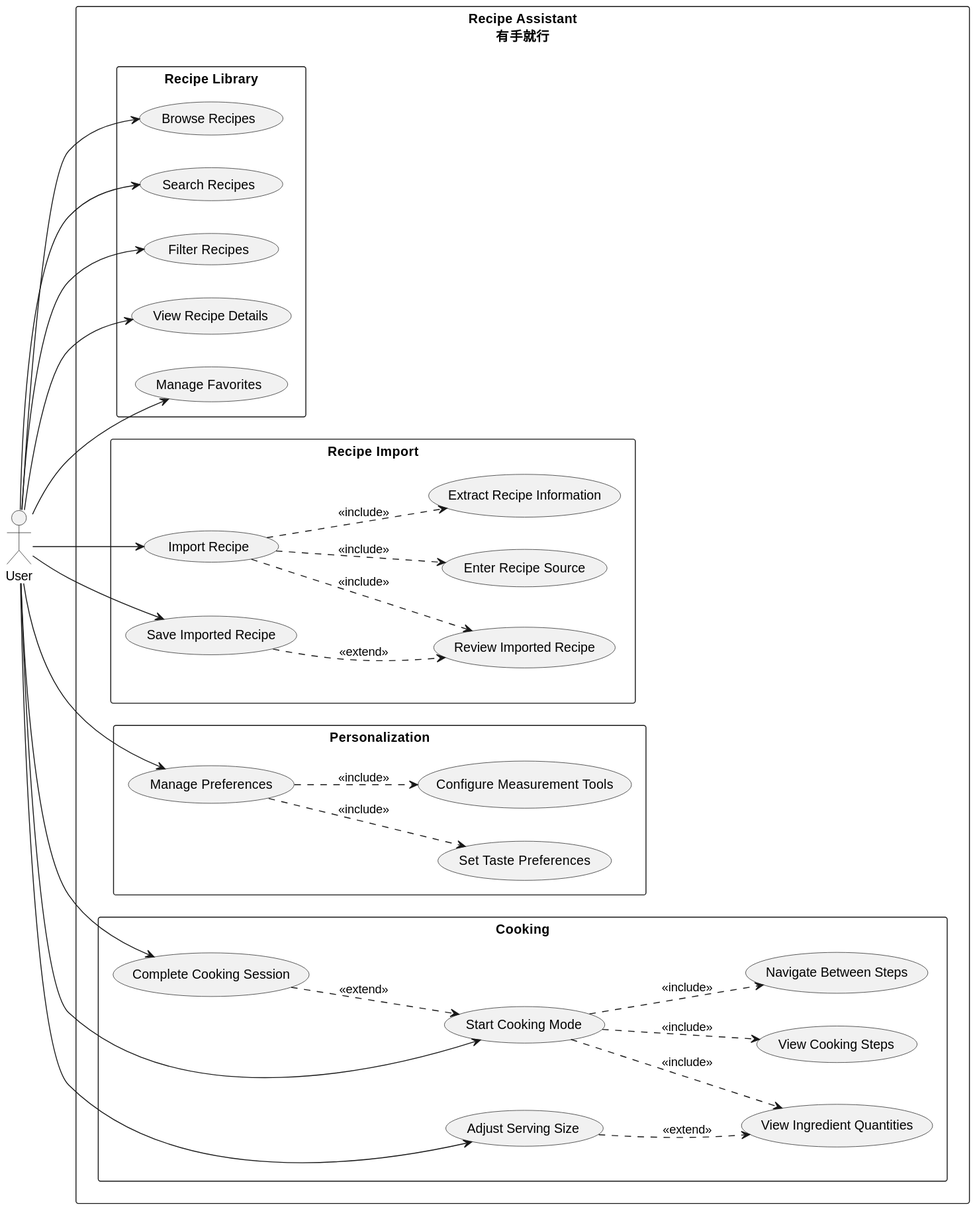
Earlier version of the PlantUML export docs/Requirements/use-case.svg (Mikarnival/Recipe-Assistant). Source of this version:
```plantuml
@startuml
left to right direction
skinparam packageStyle rectangle
skinparam shadowing false

actor User

rectangle "Recipe Assistant\n有手就行" {

    package "Recipe Library" {
        usecase "Browse Recipes" as UC_Browse
        usecase "Search Recipes" as UC_Search
        usecase "Filter Recipes" as UC_Filter
        usecase "View Recipe Details" as UC_View
        usecase "Manage Favorites" as UC_Favorite
    }

    package "Recipe Import" {
        usecase "Import Recipe" as UC_Import
        usecase "Enter Recipe Source" as UC_Source
        usecase "Extract Recipe Information" as UC_Extract
        usecase "Review Imported Recipe" as UC_Review
        usecase "Save Imported Recipe" as UC_Save
    }

    package "Cooking" {
        usecase "Start Cooking Mode" as UC_Cooking
        usecase "View Cooking Steps" as UC_Steps
        usecase "Navigate Between Steps" as UC_Navigate
        usecase "View Ingredient Quantities" as UC_Quantity
        usecase "Adjust Serving Size" as UC_Serving
        usecase "Complete Cooking Session" as UC_Complete
    }

    package "Personalization" {
        usecase "Manage Preferences" as UC_Preferences
        usecase "Set Taste Preferences" as UC_Taste
        usecase "Configure Measurement Tools" as UC_Tools
    }
}

User --> UC_Browse
User --> UC_Search
User --> UC_Filter
User --> UC_View
User --> UC_Favorite
User --> UC_Complete

User --> UC_Import
User --> UC_Save

UC_Import ..> UC_Source : <<include>>
UC_Import ..> UC_Extract : <<include>>
UC_Import ..> UC_Review : <<include>>

UC_Save ..> UC_Review : <<extend>>

User --> UC_Cooking
User --> UC_Serving

UC_Cooking ..> UC_Steps : <<include>>
UC_Cooking ..> UC_Navigate : <<include>>
UC_Cooking ..> UC_Quantity : <<include>>

UC_Serving ..> UC_Quantity : <<extend>>
UC_Complete ..> UC_Cooking : <<extend>>

User --> UC_Preferences

UC_Preferences ..> UC_Taste : <<include>>
UC_Preferences ..> UC_Tools : <<include>>
@enduml
```
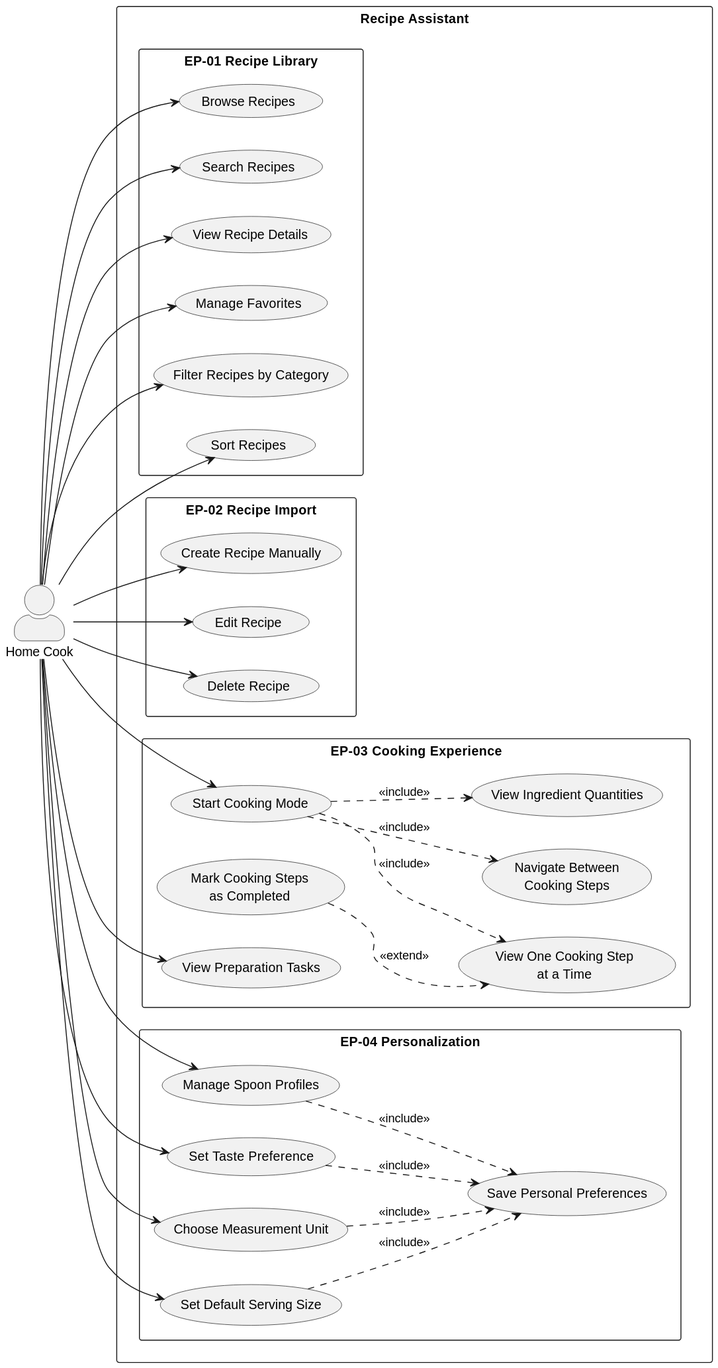
Above is the later version.

Commit message:
docs: complete use case requirements analysis

Diff of the diagram source:
```diff
@@ -2,71 +2,72 @@
 left to right direction
 skinparam packageStyle rectangle
 skinparam shadowing false
+skinparam actorStyle awesome
 
-actor User
+actor "Home Cook" as User
 
-rectangle "Recipe Assistant\n有手就行" {
+rectangle "Recipe Assistant" {
 
-    package "Recipe Library" {
-        usecase "Browse Recipes" as UC_Browse
-        usecase "Search Recipes" as UC_Search
-        usecase "Filter Recipes" as UC_Filter
-        usecase "View Recipe Details" as UC_View
-        usecase "Manage Favorites" as UC_Favorite
+    package "EP-01 Recipe Library" {
+        usecase "Browse Recipes" as UC_LIB_01
+        usecase "Search Recipes" as UC_LIB_02
+        usecase "View Recipe Details" as UC_LIB_03
+        usecase "Manage Favorites" as UC_LIB_04
+        usecase "Filter Recipes by Category" as UC_LIB_05
+        usecase "Sort Recipes" as UC_LIB_06
     }
 
-    package "Recipe Import" {
-        usecase "Import Recipe" as UC_Import
-        usecase "Enter Recipe Source" as UC_Source
-        usecase "Extract Recipe Information" as UC_Extract
-        usecase "Review Imported Recipe" as UC_Review
-        usecase "Save Imported Recipe" as UC_Save
+    package "EP-02 Recipe Import" {
+        usecase "Create Recipe Manually" as UC_IMP_01
+        usecase "Edit Recipe" as UC_IMP_02
+        usecase "Delete Recipe" as UC_IMP_03
     }
 
-    package "Cooking" {
-        usecase "Start Cooking Mode" as UC_Cooking
-        usecase "View Cooking Steps" as UC_Steps
-        usecase "Navigate Between Steps" as UC_Navigate
-        usecase "View Ingredient Quantities" as UC_Quantity
-        usecase "Adjust Serving Size" as UC_Serving
-        usecase "Complete Cooking Session" as UC_Complete
+    package "EP-03 Cooking Experience" {
+        usecase "Start Cooking Mode" as UC_COOK_01
+        usecase "View One Cooking Step\nat a Time" as UC_COOK_02
+        usecase "Navigate Between\nCooking Steps" as UC_COOK_03
+        usecase "View Ingredient Quantities" as UC_COOK_04
+        usecase "Mark Cooking Steps\nas Completed" as UC_COOK_05
+        usecase "View Preparation Tasks" as UC_COOK_06
     }
 
-    package "Personalization" {
-        usecase "Manage Preferences" as UC_Preferences
-        usecase "Set Taste Preferences" as UC_Taste
-        usecase "Configure Measurement Tools" as UC_Tools
+    package "EP-04 Personalization" {
+        usecase "Manage Spoon Profiles" as UC_PER_01
+        usecase "Set Taste Preference" as UC_PER_02
+        usecase "Choose Measurement Unit" as UC_PER_03
+        usecase "Set Default Serving Size" as UC_PER_04
+        usecase "Save Personal Preferences" as UC_PER_05
     }
 }
 
-User --> UC_Browse
-User --> UC_Search
-User --> UC_Filter
-User --> UC_View
-User --> UC_Favorite
-User --> UC_Complete
+User --> UC_LIB_01
+User --> UC_LIB_02
+User --> UC_LIB_03
+User --> UC_LIB_04
+User --> UC_LIB_05
+User --> UC_LIB_06
 
-User --> UC_Import
-User --> UC_Save
+User --> UC_IMP_01
+User --> UC_IMP_02
+User --> UC_IMP_03
 
-UC_Import ..> UC_Source : <<include>>
-UC_Import ..> UC_Extract : <<include>>
-UC_Import ..> UC_Review : <<include>>
+User --> UC_COOK_01
+User --> UC_COOK_06
 
-UC_Save ..> UC_Review : <<extend>>
+UC_COOK_01 ..> UC_COOK_02 : <<include>>
+UC_COOK_01 ..> UC_COOK_03 : <<include>>
+UC_COOK_01 ..> UC_COOK_04 : <<include>>
 
-User --> UC_Cooking
-User --> UC_Serving
+UC_COOK_05 ..> UC_COOK_02 : <<extend>>
 
-UC_Cooking ..> UC_Steps : <<include>>
-UC_Cooking ..> UC_Navigate : <<include>>
-UC_Cooking ..> UC_Quantity : <<include>>
+User --> UC_PER_01
+User --> UC_PER_02
+User --> UC_PER_03
+User --> UC_PER_04
 
-UC_Serving ..> UC_Quantity : <<extend>>
-UC_Complete ..> UC_Cooking : <<extend>>
-
-User --> UC_Preferences
-
-UC_Preferences ..> UC_Taste : <<include>>
-UC_Preferences ..> UC_Tools : <<include>>
+UC_PER_01 ..> UC_PER_05 : <<include>>
+UC_PER_02 ..> UC_PER_05 : <<include>>
+UC_PER_03 ..> UC_PER_05 : <<include>>
+UC_PER_04 ..> UC_PER_05 : <<include>>
 @enduml
```
